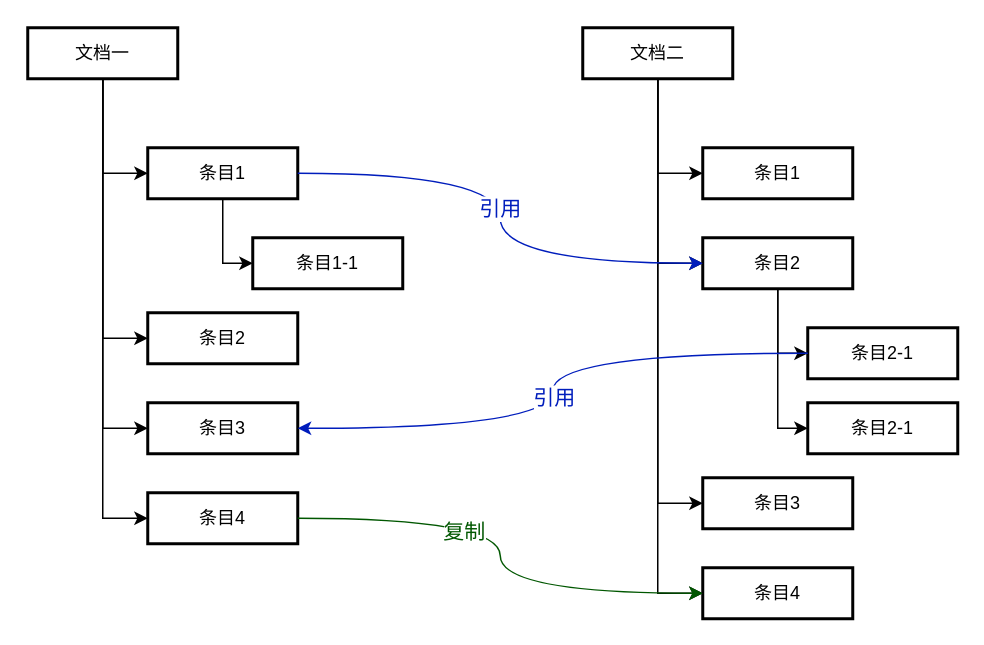
The draw.io diagram 多文档关系.drawio in ColinCongDu/chart, before the edit. Source tidied: cells renumbered, new cells numbered last; positions are measured from the earlier drawing's top-left corner, leaving out a move shared by most shapes. Both pictures are drawn from the tidied source at 150%, with x=0, y=0 at pixel (27, 27).
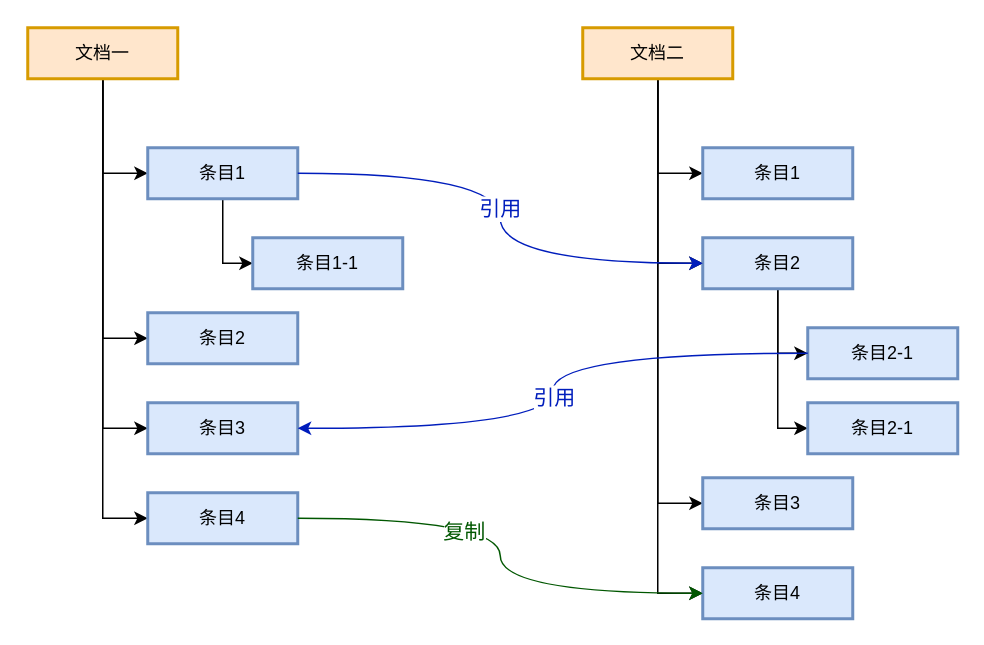
Above is the later version.

Commit message:
更新多文档关系.drawio

Unchanged cells that the change refers to:
```xml
<mxCell id="2" style="group;" parent="1" vertex="1">
  <mxGeometry width="250" height="344" as="geometry" />
</mxCell>
<mxCell id="14" style="group;" parent="1" vertex="1">
  <mxGeometry x="370" width="250" height="394" as="geometry" />
</mxCell>
```

What changed in the source:
```diff
@@
-    <mxCell id="7" value="文档一" style="whiteSpace=wrap;strokeWidth=2;" parent="2" vertex="1">
+    <mxCell id="7" value="文档一" style="whiteSpace=wrap;strokeWidth=2;fillColor=#ffe6cc;strokeColor=#d79b00;" parent="2" vertex="1">
       <mxGeometry width="100" height="34" as="geometry" />
     </mxCell>
@@
-    <mxCell id="9" value="条目1" style="whiteSpace=wrap;strokeWidth=2;" parent="2" vertex="1">
+    <mxCell id="9" value="条目1" style="whiteSpace=wrap;strokeWidth=2;fillColor=#dae8fc;strokeColor=#6c8ebf;" parent="2" vertex="1">
       <mxGeometry x="80" y="80" width="100" height="34" as="geometry" />
     </mxCell>
-    <mxCell id="10" value="条目2" style="whiteSpace=wrap;strokeWidth=2;" parent="2" vertex="1">
+    <mxCell id="10" value="条目2" style="whiteSpace=wrap;strokeWidth=2;fillColor=#dae8fc;strokeColor=#6c8ebf;" parent="2" vertex="1">
       <mxGeometry x="80" y="190" width="100" height="34" as="geometry" />
     </mxCell>
-    <mxCell id="11" value="条目3" style="whiteSpace=wrap;strokeWidth=2;" parent="2" vertex="1">
+    <mxCell id="11" value="条目3" style="whiteSpace=wrap;strokeWidth=2;fillColor=#dae8fc;strokeColor=#6c8ebf;" parent="2" vertex="1">
       <mxGeometry x="80" y="250" width="100" height="34" as="geometry" />
     </mxCell>
-    <mxCell id="12" value="条目4" style="whiteSpace=wrap;strokeWidth=2;" parent="2" vertex="1">
+    <mxCell id="12" value="条目4" style="whiteSpace=wrap;strokeWidth=2;fillColor=#dae8fc;strokeColor=#6c8ebf;" parent="2" vertex="1">
       <mxGeometry x="80" y="310" width="100" height="34" as="geometry" />
     </mxCell>
-    <mxCell id="13" value="条目1-1" style="whiteSpace=wrap;strokeWidth=2;" parent="2" vertex="1">
+    <mxCell id="13" value="条目1-1" style="whiteSpace=wrap;strokeWidth=2;fillColor=#dae8fc;strokeColor=#6c8ebf;" parent="2" vertex="1">
       <mxGeometry x="150" y="140" width="100" height="34" as="geometry" />
     </mxCell>
@@
-    <mxCell id="19" value="文档二" style="whiteSpace=wrap;strokeWidth=2;" parent="14" vertex="1">
+    <mxCell id="19" value="文档二" style="whiteSpace=wrap;strokeWidth=2;fillColor=#ffe6cc;strokeColor=#d79b00;" parent="14" vertex="1">
       <mxGeometry width="100" height="34" as="geometry" />
     </mxCell>
-    <mxCell id="20" value="条目1" style="whiteSpace=wrap;strokeWidth=2;" parent="14" vertex="1">
+    <mxCell id="20" value="条目1" style="whiteSpace=wrap;strokeWidth=2;fillColor=#dae8fc;strokeColor=#6c8ebf;" parent="14" vertex="1">
       <mxGeometry x="80" y="80" width="100" height="34" as="geometry" />
     </mxCell>
@@
-    <mxCell id="23" value="条目2" style="whiteSpace=wrap;strokeWidth=2;" parent="14" vertex="1">
+    <mxCell id="23" value="条目2" style="whiteSpace=wrap;strokeWidth=2;fillColor=#dae8fc;strokeColor=#6c8ebf;" parent="14" vertex="1">
       <mxGeometry x="80" y="140" width="100" height="34" as="geometry" />
     </mxCell>
-    <mxCell id="24" value="条目3" style="whiteSpace=wrap;strokeWidth=2;" parent="14" vertex="1">
+    <mxCell id="24" value="条目3" style="whiteSpace=wrap;strokeWidth=2;fillColor=#dae8fc;strokeColor=#6c8ebf;" parent="14" vertex="1">
       <mxGeometry x="80" y="300" width="100" height="34" as="geometry" />
     </mxCell>
-    <mxCell id="25" value="条目4" style="whiteSpace=wrap;strokeWidth=2;" parent="14" vertex="1">
+    <mxCell id="25" value="条目4" style="whiteSpace=wrap;strokeWidth=2;fillColor=#dae8fc;strokeColor=#6c8ebf;" parent="14" vertex="1">
       <mxGeometry x="80" y="360" width="100" height="34" as="geometry" />
     </mxCell>
-    <mxCell id="26" value="条目2-1" style="whiteSpace=wrap;strokeWidth=2;" parent="14" vertex="1">
+    <mxCell id="26" value="条目2-1" style="whiteSpace=wrap;strokeWidth=2;fillColor=#dae8fc;strokeColor=#6c8ebf;" parent="14" vertex="1">
       <mxGeometry x="150" y="200" width="100" height="34" as="geometry" />
     </mxCell>
-    <mxCell id="27" value="条目2-1" style="whiteSpace=wrap;strokeWidth=2;" parent="14" vertex="1">
+    <mxCell id="27" value="条目2-1" style="whiteSpace=wrap;strokeWidth=2;fillColor=#dae8fc;strokeColor=#6c8ebf;" parent="14" vertex="1">
       <mxGeometry x="150" y="250" width="100" height="34" as="geometry" />
     </mxCell>
```
